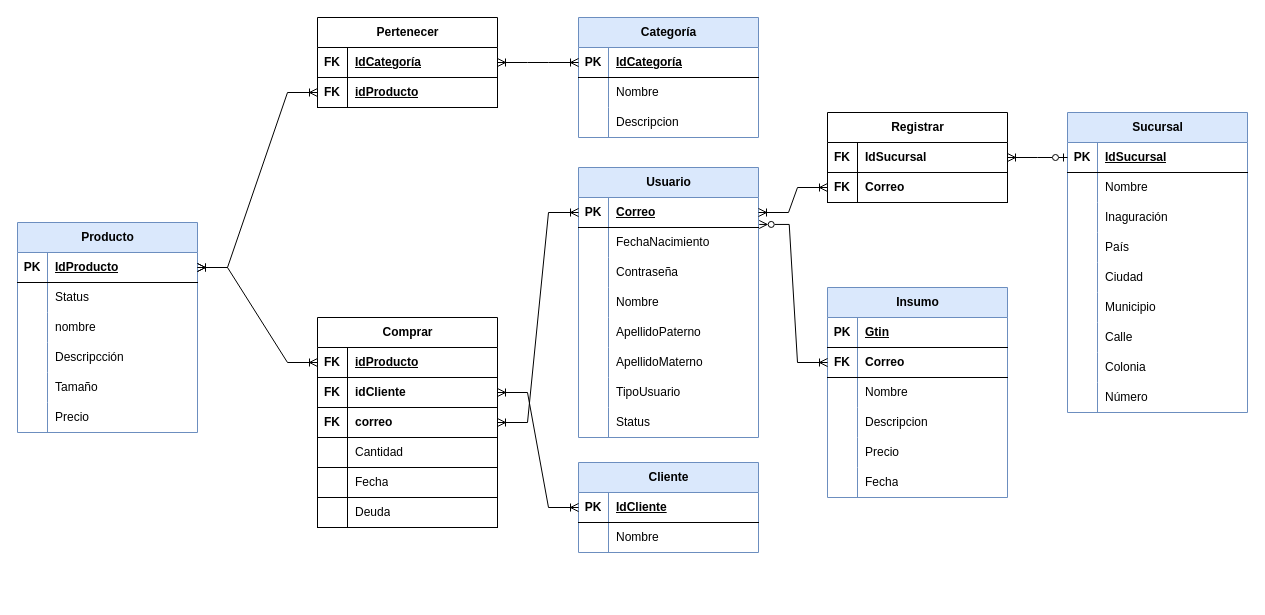
Before: page "Modelo Relacional" (2 of 3) of Diagramas.drawio in shosholanda/cafeteria-alina, a draw.io diagram. Source tidied: cells renumbered, new cells numbered last; positions are measured from the earlier drawing's top-left corner, leaving out a move shared by most shapes. Both pictures are drawn from the tidied source at 100%, with x=0, y=0 at pixel (17, 17).
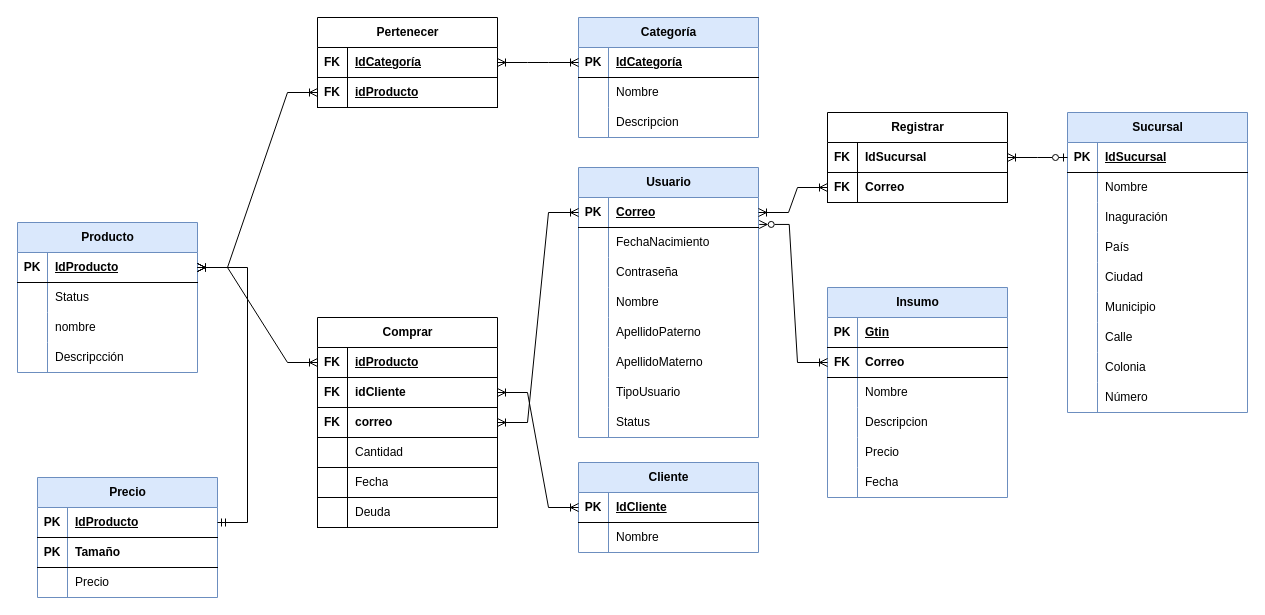
The same page after the edit.

Commit message (it also covers changes not shown here):
Added CRUD for Producto, Precio. Changed precio table.

Unchanged cells that the change refers to:
```xml
<mxCell id="3" style="shape=tableRow;horizontal=0;startSize=0;swimlaneHead=0;swimlaneBody=0;fillColor=none;points=[[0,0.5],[1,0.5]];portConstraint=eastwest;top=0;left=0;right=0;bottom=1;" parent="2" vertex="1">
  <mxGeometry y="30" width="180" height="30" as="geometry" />
</mxCell>
```

Change to the diagram source:
```diff
@@
     <mxCell id="2" value="Producto" style="shape=table;startSize=30;childLayout=tableLayout;rowLines=0;fontStyle=1;align=center;html=1;fillColor=#dae8fc;strokeColor=#6c8ebf;" parent="1" vertex="1">
-      <mxGeometry y="205" width="180" height="210" as="geometry" />
+      <mxGeometry y="205" width="180" height="150" as="geometry" />
     </mxCell>
@@
-    <mxCell id="15" style="shape=tableRow;horizontal=0;startSize=0;swimlaneHead=0;swimlaneBody=0;fillColor=none;top=0;left=0;right=0;bottom=0;" parent="2" vertex="1">
-      <mxGeometry y="150" width="180" height="30" as="geometry" />
-    </mxCell>
-    <mxCell id="16" style="shape=partialRectangle;fillColor=none;top=0;left=0;bottom=0;right=0;overflow=hidden;whiteSpace=wrap;html=1;" parent="15" vertex="1">
-      <mxGeometry width="30" height="30" as="geometry" />
-    </mxCell>
-    <mxCell id="17" value="Tamaño" style="shape=partialRectangle;fillColor=none;top=0;left=0;bottom=0;right=0;align=left;spacingLeft=6;overflow=hidden;whiteSpace=wrap;html=1;" parent="15" vertex="1">
-      <mxGeometry x="30" width="150" height="30" as="geometry" />
-    </mxCell>
-    <mxCell id="18" style="shape=tableRow;horizontal=0;startSize=0;swimlaneHead=0;swimlaneBody=0;fillColor=none;top=0;left=0;right=0;bottom=0;" parent="2" vertex="1">
-      <mxGeometry y="180" width="180" height="30" as="geometry" />
-    </mxCell>
-    <mxCell id="19" style="shape=partialRectangle;fillColor=none;top=0;left=0;bottom=0;right=0;overflow=hidden;whiteSpace=wrap;html=1;" parent="18" vertex="1">
-      <mxGeometry width="30" height="30" as="geometry" />
-    </mxCell>
-    <mxCell id="20" value="Precio" style="shape=partialRectangle;fillColor=none;top=0;left=0;bottom=0;right=0;align=left;spacingLeft=6;overflow=hidden;whiteSpace=wrap;html=1;" parent="18" vertex="1">
-      <mxGeometry x="30" width="150" height="30" as="geometry" />
-    </mxCell>
@@
+    <mxCell id="151" value="Precio" style="shape=table;startSize=30;childLayout=tableLayout;rowLines=0;fontStyle=1;align=center;html=1;fillColor=#dae8fc;strokeColor=#6c8ebf;" parent="1" vertex="1">
+      <mxGeometry x="20" y="460" width="180" height="120" as="geometry" />
+    </mxCell>
+    <mxCell id="152" style="shape=tableRow;horizontal=0;startSize=0;swimlaneHead=0;swimlaneBody=0;fillColor=none;points=[[0,0.5],[1,0.5]];portConstraint=eastwest;top=0;left=0;right=0;bottom=1;" parent="151" vertex="1">
+      <mxGeometry y="30" width="180" height="30" as="geometry" />
+    </mxCell>
+    <mxCell id="153" value="PK" style="shape=partialRectangle;fillColor=none;top=0;left=0;bottom=0;right=0;fontStyle=1;overflow=hidden;whiteSpace=wrap;html=1;" parent="152" vertex="1">
+      <mxGeometry width="30" height="30" as="geometry" />
+    </mxCell>
+    <mxCell id="154" value="IdProducto" style="shape=partialRectangle;fillColor=none;top=0;left=0;bottom=0;right=0;align=left;spacingLeft=6;fontStyle=5;overflow=hidden;whiteSpace=wrap;html=1;" parent="152" vertex="1">
+      <mxGeometry x="30" width="150" height="30" as="geometry" />
+    </mxCell>
+    <mxCell id="155" style="shape=tableRow;horizontal=0;startSize=0;swimlaneHead=0;swimlaneBody=0;fillColor=none;top=0;left=0;right=0;bottom=1;" parent="151" vertex="1">
+      <mxGeometry y="60" width="180" height="30" as="geometry" />
+    </mxCell>
+    <mxCell id="156" value="PK" style="shape=partialRectangle;fillColor=none;top=0;left=0;bottom=0;right=0;fontStyle=1;overflow=hidden;whiteSpace=wrap;html=1;" parent="155" vertex="1">
+      <mxGeometry width="30" height="30" as="geometry" />
+    </mxCell>
+    <mxCell id="17" value="Tamaño" style="shape=partialRectangle;fillColor=none;top=0;left=0;bottom=0;right=0;align=left;spacingLeft=6;fontStyle=1;overflow=hidden;whiteSpace=wrap;html=1;" parent="155" vertex="1">
+      <mxGeometry x="30" width="150" height="30" as="geometry" />
+    </mxCell>
+    <mxCell id="157" style="shape=tableRow;horizontal=0;startSize=0;swimlaneHead=0;swimlaneBody=0;fillColor=none;top=0;left=0;right=0;bottom=0;" parent="151" vertex="1">
+      <mxGeometry y="90" width="180" height="30" as="geometry" />
+    </mxCell>
+    <mxCell id="158" style="shape=partialRectangle;fillColor=none;top=0;left=0;bottom=0;right=0;overflow=hidden;whiteSpace=wrap;html=1;" parent="157" vertex="1">
+      <mxGeometry width="30" height="30" as="geometry" />
+    </mxCell>
+    <mxCell id="20" value="Precio" style="shape=partialRectangle;fillColor=none;top=0;left=0;bottom=0;right=0;align=left;spacingLeft=6;overflow=hidden;whiteSpace=wrap;html=1;" parent="157" vertex="1">
+      <mxGeometry x="30" width="150" height="30" as="geometry" />
+    </mxCell>
+    <mxCell id="159" style="edgeStyle=entityRelationEdgeStyle;fontSize=12;html=1;endArrow=ERoneToMany;startArrow=ERmandOne;rounded=0;" parent="1" edge="1" source="152" target="3">
+      <mxGeometry relative="1" as="geometry" />
+    </mxCell>
```
